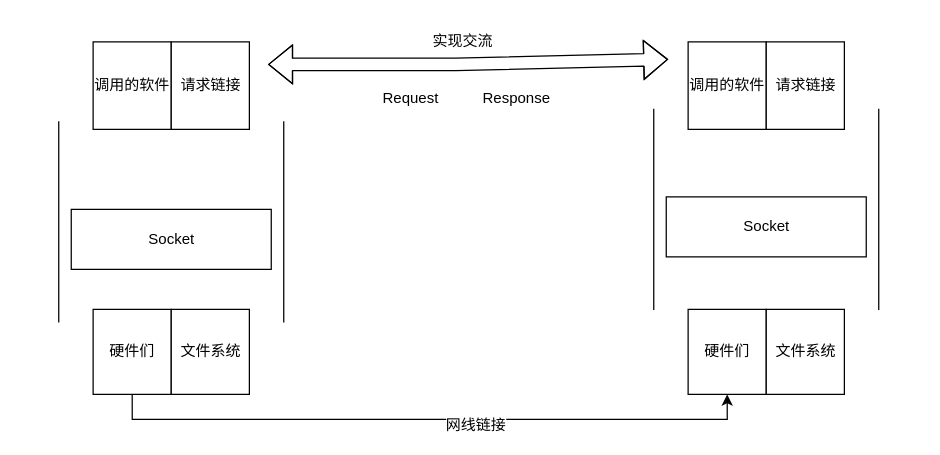
Above: NetStack-socket.drawio in abserari/draw.io (draw.io), before the change. Source tidied: cells renumbered, new cells numbered last; positions are measured from the earlier drawing's top-left corner, leaving out a move shared by most shapes. Both pictures are drawn from the tidied source at 125%, with x=0, y=0 at pixel (20, 21).
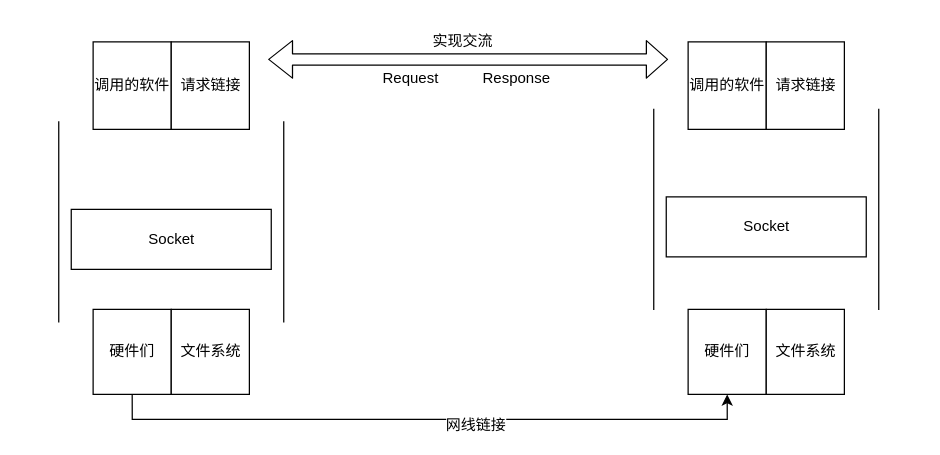
The same diagram, later.

The edit, as a diff of the source:
```diff
@@
-    <mxCell id="20" style="shape=flexArrow;endArrow=classic;startArrow=classic;html=1;" parent="1" edge="1">
+    <mxCell id="20" style="shape=flexArrow;endArrow=classic;startArrow=classic;html=1;width=9;endSize=5.3;" parent="1" edge="1">
       <mxGeometry relative="1" as="geometry">
-        <mxPoint x="198" y="34" as="sourcePoint" />
+        <mxPoint x="198" y="30" as="sourcePoint" />
         <mxPoint x="518" y="30" as="targetPoint" />
-        <Array as="points">
-          <mxPoint x="348" y="34" />
-        </Array>
       </mxGeometry>
     </mxCell>
@@
     <mxCell id="22" value="Request" style="text;html=1;align=left;verticalAlign=top;spacingTop=-4;" parent="1" vertex="1">
-      <mxGeometry x="288" y="51" width="60" height="20" as="geometry" />
+      <mxGeometry x="288" y="35" width="60" height="20" as="geometry" />
     </mxCell>
     <mxCell id="23" value="Response" style="text;html=1;align=left;verticalAlign=top;spacingTop=-4;" parent="1" vertex="1">
-      <mxGeometry x="368" y="51" width="70" height="20" as="geometry" />
+      <mxGeometry x="368" y="35" width="70" height="20" as="geometry" />
     </mxCell>
```
